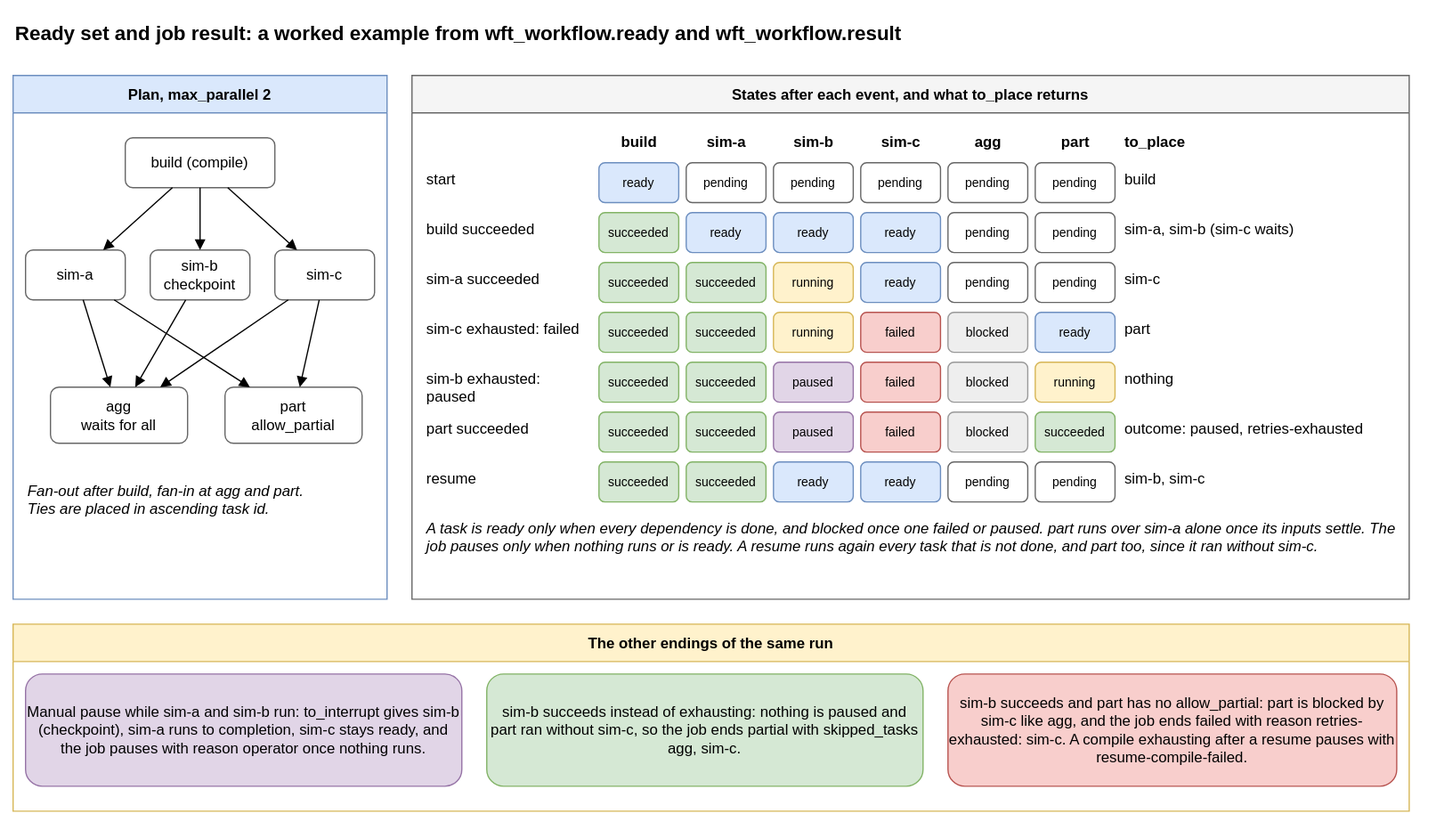
Before: packages/workflow/ready-set.drawio.svg, a diagram exported from draw.io (AndoNorth/disyard). Source tidied: cells renumbered, new cells last; positions are measured from the earlier drawing's top-left corner, leaving out a move shared by most shapes.
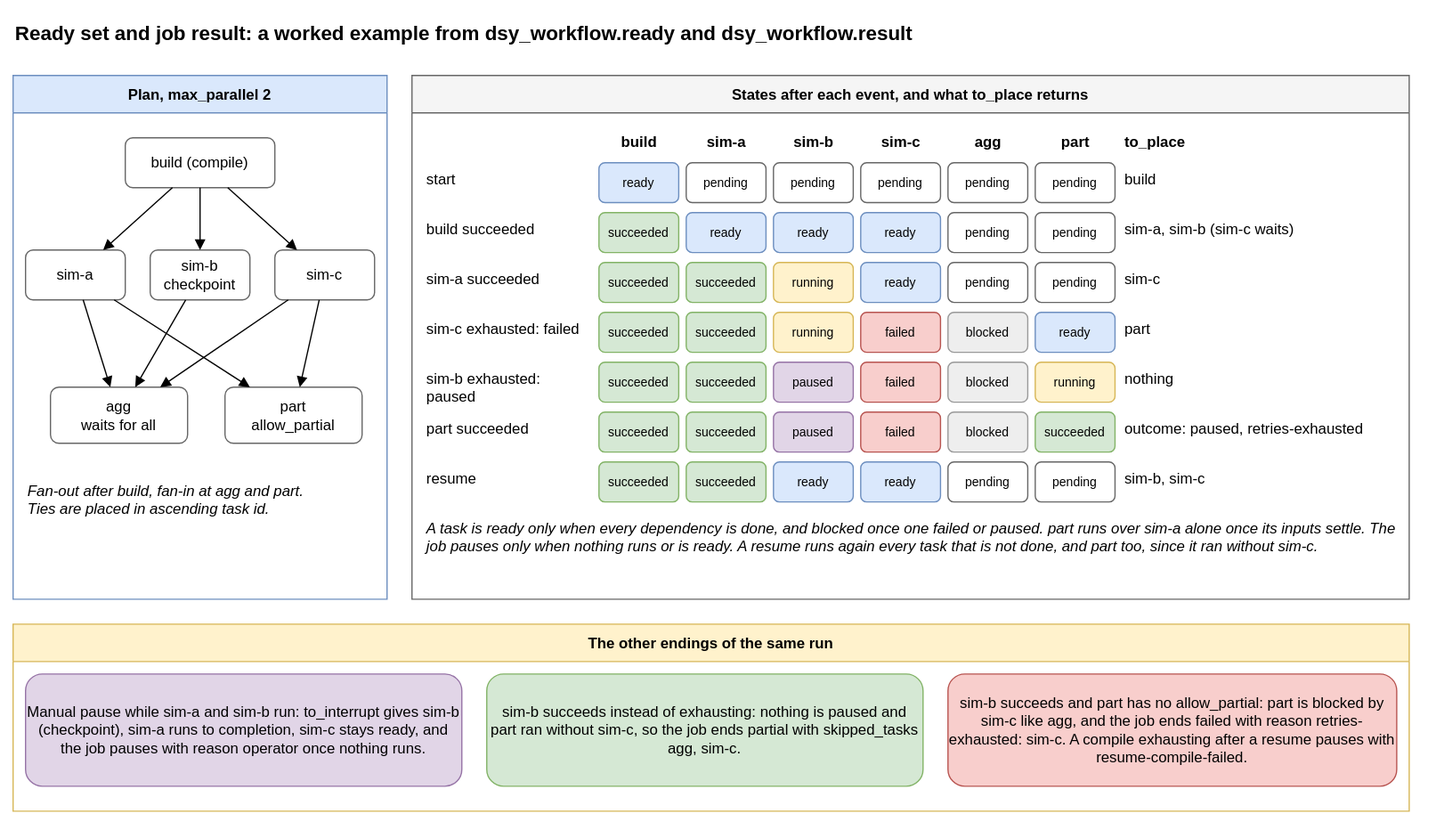
The same diagram one commit later.

Change to the diagram source:
```diff
@@ -2,7 +2,7 @@
   <root>
     <mxCell id="0" />
     <mxCell id="1" parent="0" />
-    <mxCell id="2" value="Ready set and job result: a worked example from wft_workflow.ready and wft_workflow.result" style="text;html=1;fontSize=16;fontStyle=1;align=left;" parent="1" vertex="1">
+    <mxCell id="2" value="Ready set and job result: a worked example from dsy_workflow.ready and dsy_workflow.result" style="text;html=1;fontSize=16;fontStyle=1;align=left;" parent="1" vertex="1">
       <mxGeometry width="1100" height="30" as="geometry" />
     </mxCell>
     <mxCell id="3" value="Plan, max_parallel 2" style="swimlane;startSize=30;fillColor=#dae8fc;strokeColor=#6c8ebf;fontStyle=1;" parent="1" vertex="1">
```
